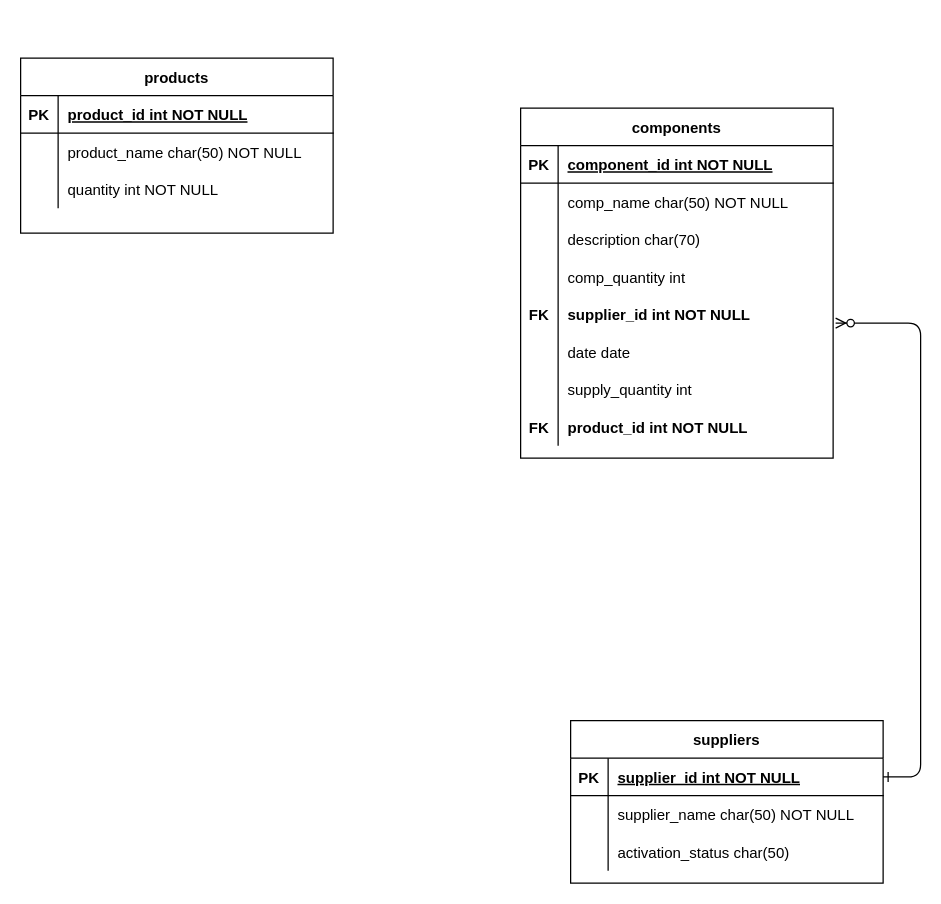
Above: SQL_EXTRA/Untitled Diagram.drawio in Damla-Gurbaz/SQL (draw.io), before the change. Source tidied: cells renumbered, new cells numbered last; positions are measured from the earlier drawing's top-left corner, leaving out a move shared by most shapes. Both pictures are drawn from the tidied source at 125%, with x=0, y=0 at pixel (20, 58).
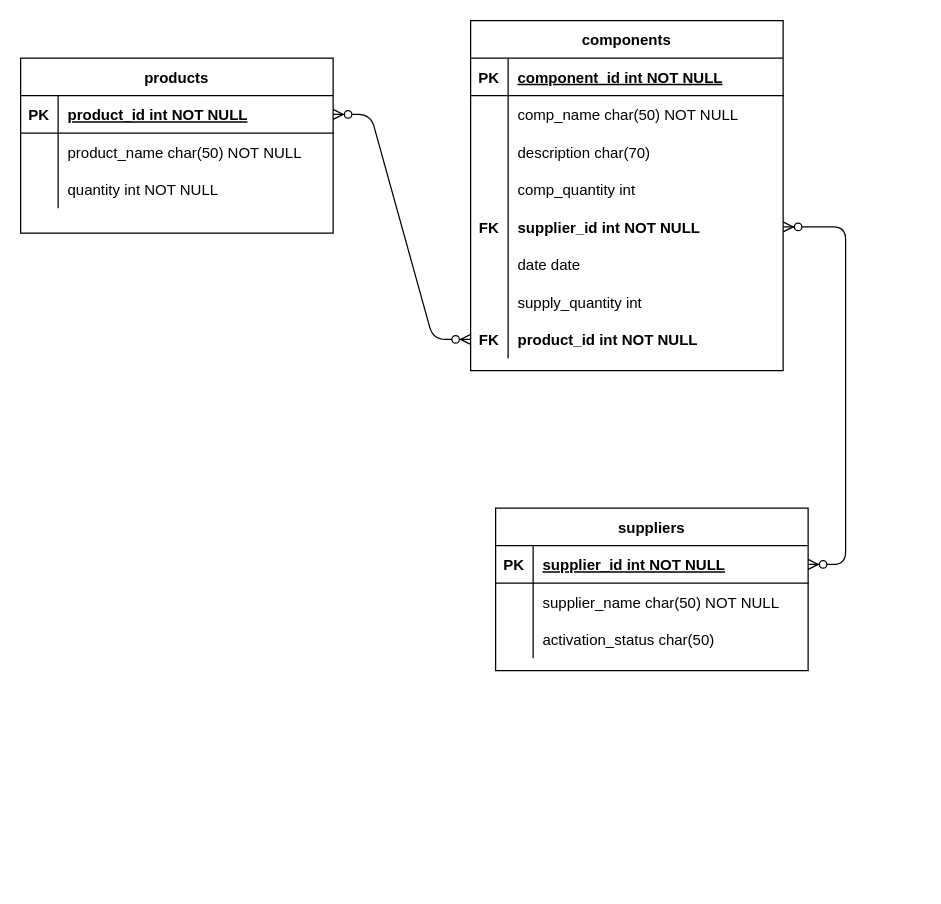
The same diagram, later.

The change refers to these unchanged cells:
```xml
<mxCell id="4" style="shape=partialRectangle;fillColor=none;points=[[0,0.5],[1,0.5]];portConstraint=eastwest;top=0;left=0;right=0;bottom=1;" parent="3" vertex="1">
  <mxGeometry y="30" width="250" height="30" as="geometry" />
</mxCell>
<mxCell id="26" style="shape=partialRectangle;fillColor=none;points=[[0,0.5],[1,0.5]];portConstraint=eastwest;top=0;left=0;right=0;bottom=0;" parent="13" vertex="1">
  <mxGeometry y="150" width="250" height="30" as="geometry" />
</mxCell>
<mxCell id="35" style="shape=partialRectangle;fillColor=none;points=[[0,0.5],[1,0.5]];portConstraint=eastwest;top=0;left=0;right=0;bottom=0;" parent="13" vertex="1">
  <mxGeometry y="240" width="250" height="30" as="geometry" />
</mxCell>
<mxCell id="39" style="shape=partialRectangle;fillColor=none;points=[[0,0.5],[1,0.5]];portConstraint=eastwest;top=0;left=0;right=0;bottom=1;" parent="38" vertex="1">
  <mxGeometry y="30" width="250" height="30" as="geometry" />
</mxCell>
```

Change to the diagram source:
```diff
@@
-    <mxCell id="2" style="edgeStyle=entityRelationEdgeStyle;endArrow=ERzeroToMany;startArrow=ERone;endFill=1;startFill=0;entryX=1.008;entryY=0.733;entryDx=0;entryDy=0;entryPerimeter=0;" parent="1" edge="1" source="4" target="26">
-      <mxGeometry relative="1" as="geometry" />
-    </mxCell>
     <mxCell id="3" value="suppliers" style="shape=table;startSize=30;childLayout=tableLayout;rowLines=0;fontStyle=1;align=center;" parent="1" vertex="1">
-      <mxGeometry x="440" y="530" width="250" height="130" as="geometry" />
+      <mxGeometry x="380" y="360" width="250" height="130" as="geometry" />
     </mxCell>
@@
     <mxCell id="13" value="components" style="shape=table;startSize=30;childLayout=tableLayout;rowLines=0;fontStyle=1;align=center;swimlaneFillColor=none;" parent="1" vertex="1">
-      <mxGeometry x="400" y="40" width="250" height="280" as="geometry" />
+      <mxGeometry x="360" y="-30" width="250" height="280" as="geometry" />
     </mxCell>
@@
+    <mxCell id="48" style="edgeStyle=entityRelationEdgeStyle;fontSize=12;html=1;endArrow=ERzeroToMany;endFill=1;startArrow=ERzeroToMany;entryX=0;entryY=0.5;entryDx=0;entryDy=0;" parent="1" edge="1" source="39" target="35">
+      <mxGeometry relative="1" as="geometry" />
+    </mxCell>
+    <mxCell id="49" style="edgeStyle=entityRelationEdgeStyle;fontSize=12;html=1;endArrow=ERzeroToMany;endFill=1;startArrow=ERzeroToMany;" parent="1" edge="1" source="26" target="4">
+      <mxGeometry relative="1" as="geometry" />
+    </mxCell>
```
